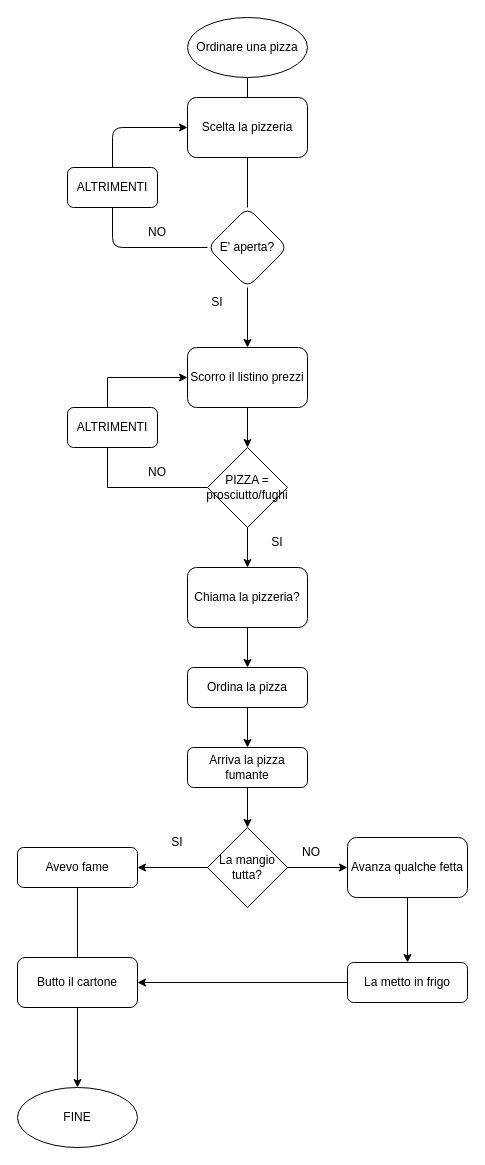
The draw.io diagram layout.drawio in nicolas-dp/human-code, before the edit. Source tidied: cells renumbered, new cells numbered last; positions are measured from the earlier drawing's top-left corner, leaving out a move shared by most shapes. Both pictures are drawn from the tidied source at 100%, with x=0, y=0 at pixel (17, 17).
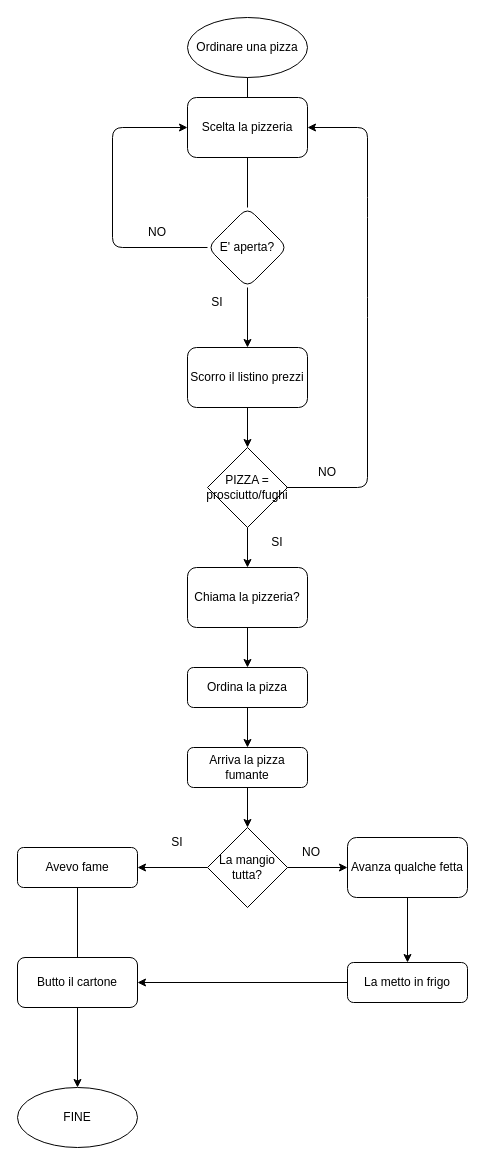
The same page after the edit.

Unchanged cells that the change refers to:
```xml
<mxCell id="5" value="Scorro il listino prezzi" style="rounded=1;whiteSpace=wrap;html=1;" parent="1" vertex="1">
  <mxGeometry x="170" y="330" width="120" height="60" as="geometry" />
</mxCell>
<mxCell id="18" value="Scelta la pizzeria" style="rounded=1;whiteSpace=wrap;html=1;" parent="1" vertex="1">
  <mxGeometry x="170" y="80" width="120" height="60" as="geometry" />
</mxCell>
<mxCell id="20" value="E' aperta?" style="rhombus;whiteSpace=wrap;html=1;rounded=1;" parent="1" vertex="1">
  <mxGeometry x="190" y="190" width="80" height="80" as="geometry" />
</mxCell>
```

Change to the diagram source:
```diff
@@
-    <mxCell id="9" style="endArrow=none;html=1;" parent="1" edge="1">
-      <mxGeometry relative="1" as="geometry">
-        <mxPoint x="90" y="470" as="sourcePoint" />
-        <mxPoint x="90" y="360" as="targetPoint" />
-      </mxGeometry>
-    </mxCell>
-    <mxCell id="10" style="endArrow=none;html=1;" parent="1" edge="1">
-      <mxGeometry relative="1" as="geometry">
-        <mxPoint x="90" y="470" as="sourcePoint" />
-        <mxPoint x="190" y="470" as="targetPoint" />
-      </mxGeometry>
-    </mxCell>
-    <mxCell id="11" value="NO" style="text;html=1;strokeColor=none;fillColor=none;align=center;verticalAlign=middle;whiteSpace=wrap;rounded=0;" parent="1" vertex="1">
-      <mxGeometry x="110" y="440" width="60" height="30" as="geometry" />
-    </mxCell>
-    <mxCell id="12" style="endArrow=classic;html=1;entryX=0;entryY=0.5;entryDx=0;entryDy=0;" parent="1" edge="1" target="5">
-      <mxGeometry relative="1" as="geometry">
-        <mxPoint x="90" y="360" as="sourcePoint" />
-      </mxGeometry>
-    </mxCell>
@@
-    <mxCell id="14" value="ALTRIMENTI" style="rounded=1;whiteSpace=wrap;html=1;" parent="1" vertex="1">
-      <mxGeometry x="50" y="390" width="90" height="40" as="geometry" />
-    </mxCell>
@@
-    <mxCell id="23" style="endArrow=classic;html=1;startArrow=none;exitX=0.5;exitY=0;exitDx=0;exitDy=0;" parent="1" edge="1" source="25">
+    <mxCell id="23" style="endArrow=classic;html=1;startArrow=none;" parent="1" edge="1">
       <mxGeometry relative="1" as="geometry">
+        <mxPoint x="95" y="200" as="sourcePoint" />
         <mxPoint x="170" y="110" as="targetPoint" />
         <Array as="points">
           <mxPoint x="95" y="110" />
         </Array>
       </mxGeometry>
     </mxCell>
@@
-    <mxCell id="25" value="ALTRIMENTI" style="rounded=1;whiteSpace=wrap;html=1;" parent="1" vertex="1">
-      <mxGeometry x="50" y="150" width="90" height="40" as="geometry" />
-    </mxCell>
-    <mxCell id="26" style="endArrow=none;html=1;exitX=0;exitY=0.5;exitDx=0;exitDy=0;" parent="1" edge="1" source="20" target="25">
+    <mxCell id="26" style="endArrow=none;html=1;exitX=0;exitY=0.5;exitDx=0;exitDy=0;" parent="1" edge="1" source="20">
       <mxGeometry relative="1" as="geometry">
+        <mxPoint x="95" y="190" as="targetPoint" />
         <Array as="points">
           <mxPoint x="95" y="230" />
         </Array>
       </mxGeometry>
     </mxCell>
@@
+    <mxCell id="11" value="NO" style="text;html=1;strokeColor=none;fillColor=none;align=center;verticalAlign=middle;whiteSpace=wrap;rounded=0;" parent="1" vertex="1">
+      <mxGeometry x="280" y="440" width="60" height="30" as="geometry" />
+    </mxCell>
+    <mxCell id="43" style="endArrow=classic;html=1;entryX=1;entryY=0.5;entryDx=0;entryDy=0;" parent="1" edge="1" target="18">
+      <mxGeometry relative="1" as="geometry">
+        <mxPoint x="269" y="470" as="sourcePoint" />
+        <Array as="points">
+          <mxPoint x="350" y="470" />
+          <mxPoint x="350" y="290" />
+          <mxPoint x="350" y="190" />
+          <mxPoint x="350" y="110" />
+        </Array>
+      </mxGeometry>
+    </mxCell>
```
